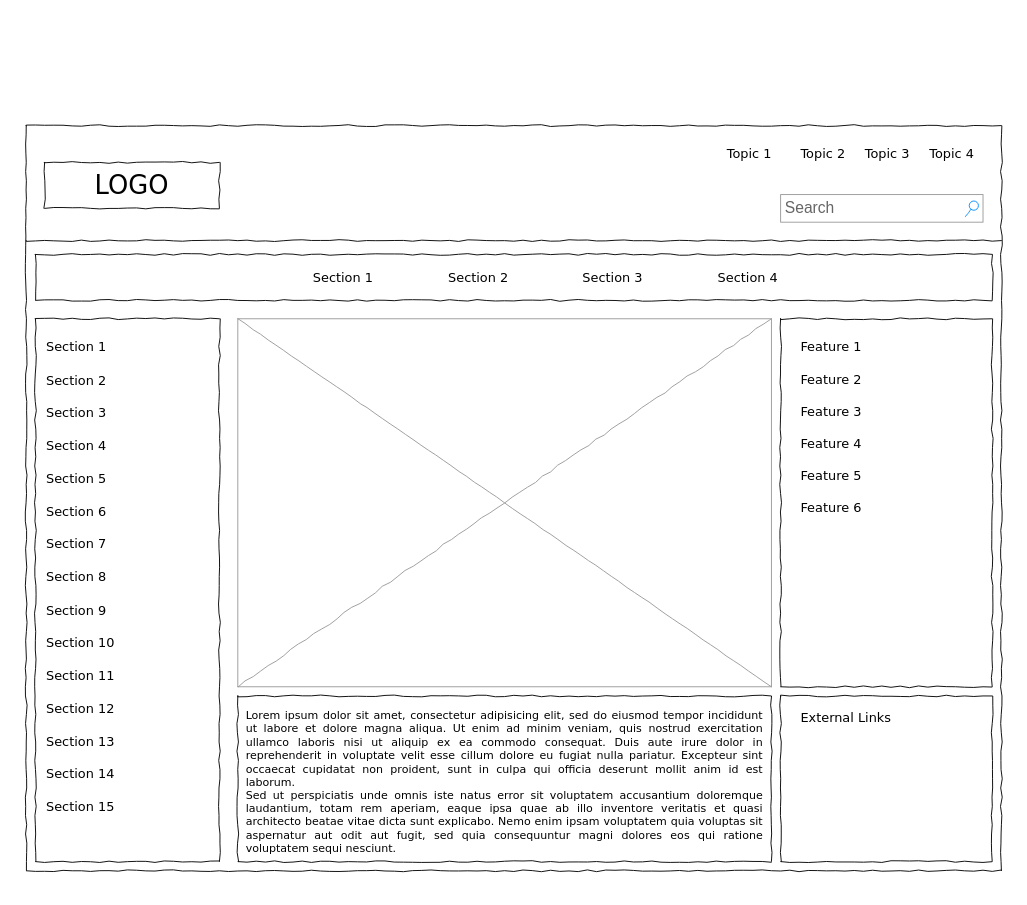
Above: Diagrama Luciano Julia.drawio in Luchoj52/Wireframe (draw.io), before the change. Source tidied: cells renumbered, new cells numbered last; positions are measured from the earlier drawing's top-left corner, leaving out a move shared by most shapes. Both pictures are drawn from the tidied source at 92%, with x=0, y=0 at pixel (26, 125).
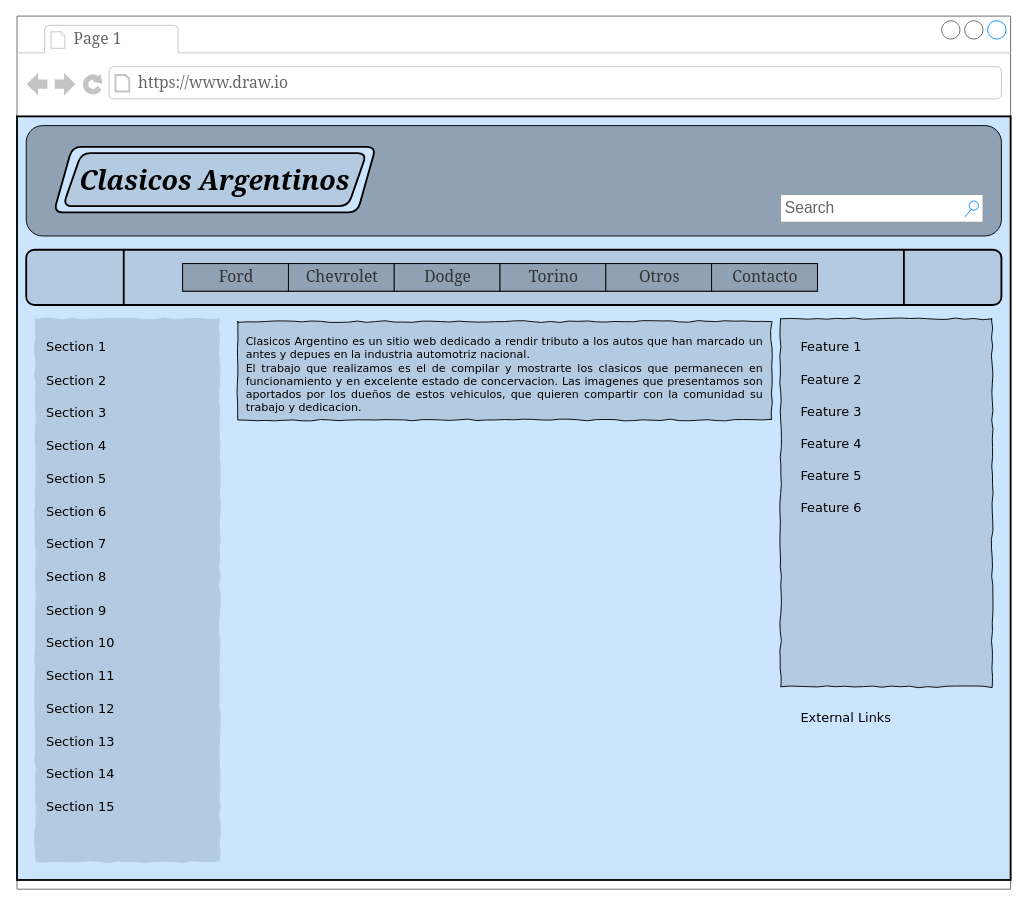
After the change.

Diff of the diagram source:
```diff
@@
-    <mxCell id="2" style="whiteSpace=wrap;html=1;rounded=0;shadow=0;labelBackgroundColor=none;strokeColor=#000000;strokeWidth=1;fillColor=none;fontFamily=Verdana;fontSize=12;fontColor=#000000;align=center;comic=1;" parent="1" vertex="1">
-      <mxGeometry width="1060" height="810" as="geometry" />
-    </mxCell>
-    <mxCell id="3" value="LOGO" style="whiteSpace=wrap;html=1;rounded=0;shadow=0;labelBackgroundColor=none;strokeWidth=1;fontFamily=Verdana;fontSize=28;align=center;comic=1;" parent="1" vertex="1">
-      <mxGeometry x="20" y="40" width="190" height="50" as="geometry" />
-    </mxCell>
+    <mxCell id="42" style="strokeWidth=1;shadow=0;dashed=0;align=center;html=1;shape=mxgraph.mockup.containers.browserWindow;rSize=0;strokeColor=#666666;strokeColor2=#008cff;strokeColor3=#c4c4c4;mainText=,;rounded=1;fillStyle=solid;fontFamily=Georgia;fontSize=26;fontColor=#99CCFF;fillColor=none;" parent="1" vertex="1">
+      <mxGeometry x="-10" y="-119" width="1080" height="949" as="geometry" />
+    </mxCell>
+    <mxCell id="43" value="Page 1" style="strokeWidth=1;shadow=0;dashed=0;align=center;html=1;shape=mxgraph.mockup.containers.anchor;fontSize=17;fontColor=#666666;align=left;rounded=1;fillStyle=solid;strokeColor=#000000;fontFamily=Georgia;fillColor=#1793FF;" parent="42" vertex="1">
+      <mxGeometry x="60" y="12" width="110" height="26" as="geometry" />
+    </mxCell>
+    <mxCell id="44" value="https://www.draw.io" style="strokeWidth=1;shadow=0;dashed=0;align=center;html=1;shape=mxgraph.mockup.containers.anchor;rSize=0;fontSize=17;fontColor=#666666;align=left;rounded=1;fillStyle=solid;strokeColor=#000000;fontFamily=Georgia;fillColor=#1793FF;" parent="42" vertex="1">
+      <mxGeometry x="130" y="60" width="250" height="26" as="geometry" />
+    </mxCell>
+    <mxCell id="45" style="rounded=0;whiteSpace=wrap;html=1;shadow=0;fillStyle=solid;strokeColor=#000000;strokeWidth=2;fontFamily=Georgia;fontSize=26;fontColor=#99CCFF;fillColor=#CCE5FF;" parent="1" vertex="1">
+      <mxGeometry x="-10" y="-10" width="1080" height="830" as="geometry" />
+    </mxCell>
+    <mxCell id="46" style="shape=process;whiteSpace=wrap;html=1;backgroundOutline=1;rounded=1;shadow=0;fillStyle=solid;strokeColor=#000000;strokeWidth=2;fontFamily=Georgia;fontSize=26;fontColor=#99CCFF;fillColor=#B4CAE0;" parent="1" vertex="1">
+      <mxGeometry y="135" width="1060" height="60" as="geometry" />
+    </mxCell>
+    <mxCell id="47" style="rounded=1;whiteSpace=wrap;html=1;fillColor=#8FA1B3;" parent="1" vertex="1">
+      <mxGeometry width="1060" height="120" as="geometry" />
+    </mxCell>
@@
-    <mxCell id="5" value="Topic 1" style="text;html=1;align=left;verticalAlign=top;spacingTop=-4;fontSize=14;fontFamily=Verdana;" parent="1" vertex="1">
-      <mxGeometry x="760" y="20" width="60" height="20" as="geometry" />
-    </mxCell>
-    <mxCell id="6" value="Topic 2" style="text;html=1;align=left;verticalAlign=top;spacingTop=-4;fontSize=14;fontFamily=Verdana;" parent="1" vertex="1">
-      <mxGeometry x="840" y="20" width="60" height="20" as="geometry" />
-    </mxCell>
-    <mxCell id="7" value="Topic 3" style="text;html=1;align=left;verticalAlign=top;spacingTop=-4;fontSize=14;fontFamily=Verdana;" parent="1" vertex="1">
-      <mxGeometry x="910" y="20" width="60" height="20" as="geometry" />
-    </mxCell>
-    <mxCell id="8" value="Topic 4" style="text;html=1;align=left;verticalAlign=top;spacingTop=-4;fontSize=14;fontFamily=Verdana;" parent="1" vertex="1">
-      <mxGeometry x="980" y="20" width="60" height="20" as="geometry" />
-    </mxCell>
-    <mxCell id="9" style="whiteSpace=wrap;html=1;rounded=0;shadow=0;labelBackgroundColor=none;strokeWidth=1;fillColor=none;fontFamily=Verdana;fontSize=12;align=center;comic=1;" parent="1" vertex="1">
+    <mxCell id="9" style="whiteSpace=wrap;html=1;rounded=0;shadow=0;labelBackgroundColor=none;strokeWidth=1;fillColor=#B4CAE0;fontFamily=Verdana;fontSize=12;align=center;comic=1;strokeColor=#B4CAE0;" parent="1" vertex="1">
       <mxGeometry x="10" y="210" width="200" height="590" as="geometry" />
     </mxCell>
-    <mxCell id="10" style="line;strokeWidth=1;html=1;rounded=0;shadow=0;labelBackgroundColor=none;fillColor=none;fontFamily=Verdana;fontSize=14;fontColor=#000000;align=center;comic=1;" parent="1" vertex="1">
-      <mxGeometry y="120" width="1060" height="10" as="geometry" />
-    </mxCell>
-    <mxCell id="11" style="whiteSpace=wrap;html=1;rounded=0;shadow=0;labelBackgroundColor=none;strokeWidth=1;fillColor=none;fontFamily=Verdana;fontSize=12;align=center;comic=1;" parent="1" vertex="1">
-      <mxGeometry x="10" y="140" width="1040" height="50" as="geometry" />
-    </mxCell>
-    <mxCell id="12" value="Section 1" style="text;html=1;align=left;verticalAlign=top;spacingTop=-4;fontSize=14;fontFamily=Verdana;" parent="1" vertex="1">
-      <mxGeometry x="310" y="155" width="60" height="20" as="geometry" />
-    </mxCell>
-    <mxCell id="13" value="Section 2" style="text;html=1;align=left;verticalAlign=top;spacingTop=-4;fontSize=14;fontFamily=Verdana;" parent="1" vertex="1">
-      <mxGeometry x="457" y="155" width="60" height="20" as="geometry" />
-    </mxCell>
-    <mxCell id="14" value="Section 3" style="text;html=1;align=left;verticalAlign=top;spacingTop=-4;fontSize=14;fontFamily=Verdana;" parent="1" vertex="1">
-      <mxGeometry x="603" y="155" width="60" height="20" as="geometry" />
-    </mxCell>
-    <mxCell id="15" value="Section 4" style="text;html=1;align=left;verticalAlign=top;spacingTop=-4;fontSize=14;fontFamily=Verdana;" parent="1" vertex="1">
-      <mxGeometry x="750" y="155" width="60" height="20" as="geometry" />
-    </mxCell>
-    <mxCell id="16" value="&lt;div style=&quot;text-align: justify&quot;&gt;&lt;span&gt;Lorem ipsum dolor sit amet, consectetur adipisicing elit, sed do eiusmod tempor incididunt ut labore et dolore magna aliqua. Ut enim ad minim veniam, quis nostrud exercitation ullamco laboris nisi ut aliquip ex ea commodo consequat. Duis aute irure dolor in reprehenderit in voluptate velit esse cillum dolore eu fugiat nulla pariatur. Excepteur sint occaecat cupidatat non proident, sunt in culpa qui officia deserunt mollit anim id est laborum.&lt;/span&gt;&lt;/div&gt;&lt;div style=&quot;text-align: justify&quot;&gt;&lt;span&gt;Sed ut perspiciatis unde omnis iste natus error sit voluptatem accusantium doloremque laudantium, totam rem aperiam, eaque ipsa quae ab illo inventore veritatis et quasi architecto beatae vitae dicta sunt explicabo. Nemo enim ipsam voluptatem quia voluptas sit aspernatur aut odit aut fugit, sed quia consequuntur magni dolores eos qui ratione voluptatem sequi nesciunt.&amp;nbsp;&lt;/span&gt;&lt;/div&gt;" style="whiteSpace=wrap;html=1;rounded=0;shadow=0;labelBackgroundColor=none;strokeWidth=1;fillColor=none;fontFamily=Verdana;fontSize=12;align=center;verticalAlign=top;spacing=10;comic=1;" parent="1" vertex="1">
-      <mxGeometry x="230" y="620" width="580" height="180" as="geometry" />
+    <mxCell id="16" value="&lt;div style=&quot;text-align: justify&quot;&gt;Clasicos Argentino es un sitio web dedicado a rendir tributo a los autos que han marcado un antes y depues en la industria automotriz nacional.&amp;nbsp;&lt;/div&gt;&lt;div style=&quot;text-align: justify&quot;&gt;El trabajo que realizamos es el de compilar y mostrarte los clasicos que permanecen en funcionamiento y en excelente estado de concervacion. Las imagenes que presentamos son aportados por los dueños de estos vehiculos, que quieren compartir con la comunidad su trabajo y dedicacion.&lt;/div&gt;" style="whiteSpace=wrap;html=1;rounded=0;shadow=0;labelBackgroundColor=none;strokeWidth=1;fillColor=#B4CAE0;fontFamily=Verdana;fontSize=12;align=center;verticalAlign=top;spacing=10;comic=1;" parent="1" vertex="1">
+      <mxGeometry x="230" y="213" width="580" height="107" as="geometry" />
     </mxCell>
-    <mxCell id="17" style="verticalLabelPosition=bottom;shadow=0;dashed=0;align=center;html=1;verticalAlign=top;strokeWidth=1;shape=mxgraph.mockup.graphics.simpleIcon;strokeColor=#999999;rounded=0;labelBackgroundColor=none;fontFamily=Verdana;fontSize=14;fontColor=#000000;comic=1;" parent="1" vertex="1">
-      <mxGeometry x="230" y="210" width="580" height="400" as="geometry" />
-    </mxCell>
-    <mxCell id="18" style="whiteSpace=wrap;html=1;rounded=0;shadow=0;labelBackgroundColor=none;strokeWidth=1;fillColor=none;fontFamily=Verdana;fontSize=12;align=center;comic=1;" parent="1" vertex="1">
+    <mxCell id="18" style="whiteSpace=wrap;html=1;rounded=0;shadow=0;labelBackgroundColor=none;strokeWidth=1;fillColor=#B4CAE0;fontFamily=Verdana;fontSize=12;align=center;comic=1;" parent="1" vertex="1">
       <mxGeometry x="820" y="210" width="230" height="400" as="geometry" />
     </mxCell>
-    <mxCell id="19" style="whiteSpace=wrap;html=1;rounded=0;shadow=0;labelBackgroundColor=none;strokeWidth=1;fillColor=none;fontFamily=Verdana;fontSize=12;align=center;comic=1;" parent="1" vertex="1">
-      <mxGeometry x="820" y="620" width="230" height="180" as="geometry" />
-    </mxCell>
@@
+    <mxCell id="48" style="shape=parallelogram;perimeter=parallelogramPerimeter;whiteSpace=wrap;html=1;fixedSize=1;rounded=1;shadow=0;fillStyle=solid;strokeColor=#000000;strokeWidth=2;fontFamily=Georgia;fontSize=26;fontColor=#000000;fillColor=#CCE5FF;" parent="1" vertex="1">
+      <mxGeometry x="30" y="23.1" width="350" height="71.2" as="geometry" />
+    </mxCell>
+    <mxCell id="49" style="strokeWidth=1;shadow=0;dashed=0;align=center;html=1;shape=mxgraph.mockup.forms.rrect;rSize=0;strokeColor=#000000;rounded=1;fillStyle=solid;fontFamily=Georgia;fontSize=26;fontColor=#99CCFF;fillColor=#8FA1B3;" parent="1" vertex="1">
+      <mxGeometry x="170" y="150" width="690" height="30" as="geometry" />
+    </mxCell>
+    <mxCell id="50" value="&lt;font color=&quot;#333333&quot;&gt;Ford&lt;/font&gt;" style="strokeColor=inherit;fillColor=inherit;gradientColor=inherit;strokeWidth=1;shadow=0;dashed=0;align=center;html=1;shape=mxgraph.mockup.forms.rrect;rSize=0;fontSize=17;fontColor=#666666;rounded=1;fillStyle=solid;fontFamily=Georgia;" parent="49" vertex="1">
+      <mxGeometry width="115" height="30" as="geometry" />
+    </mxCell>
+    <mxCell id="51" value="&lt;font color=&quot;#333333&quot;&gt;Chevrolet&lt;/font&gt;" style="strokeColor=inherit;fillColor=inherit;gradientColor=inherit;strokeWidth=1;shadow=0;dashed=0;align=center;html=1;shape=mxgraph.mockup.forms.rrect;rSize=0;fontSize=17;fontColor=#666666;rounded=1;fillStyle=solid;fontFamily=Georgia;" parent="49" vertex="1">
+      <mxGeometry x="115" width="115" height="30" as="geometry" />
+    </mxCell>
+    <mxCell id="52" value="&lt;font color=&quot;#333333&quot;&gt;Dodge&lt;/font&gt;" style="strokeColor=inherit;fillColor=inherit;gradientColor=inherit;strokeWidth=1;shadow=0;dashed=0;align=center;html=1;shape=mxgraph.mockup.forms.rrect;rSize=0;fontSize=17;fontColor=#666666;rounded=1;fillStyle=solid;fontFamily=Georgia;" parent="49" vertex="1">
+      <mxGeometry x="230" width="115" height="30" as="geometry" />
+    </mxCell>
+    <mxCell id="53" value="&lt;font color=&quot;#333333&quot;&gt;Torino&lt;/font&gt;" style="strokeColor=inherit;fillColor=inherit;gradientColor=inherit;strokeWidth=1;shadow=0;dashed=0;align=center;html=1;shape=mxgraph.mockup.forms.rrect;rSize=0;fontSize=17;fontColor=#666666;rounded=1;fillStyle=solid;fontFamily=Georgia;" parent="49" vertex="1">
+      <mxGeometry x="345" width="115" height="30" as="geometry" />
+    </mxCell>
+    <mxCell id="54" value="&lt;font color=&quot;#333333&quot;&gt;Otros&lt;/font&gt;" style="strokeColor=inherit;fillColor=inherit;gradientColor=inherit;strokeWidth=1;shadow=0;dashed=0;align=center;html=1;shape=mxgraph.mockup.forms.rrect;rSize=0;fontSize=17;fontColor=#666666;rounded=1;fillStyle=solid;fontFamily=Georgia;" parent="49" vertex="1">
+      <mxGeometry x="460" width="115" height="30" as="geometry" />
+    </mxCell>
+    <mxCell id="55" value="&lt;font color=&quot;#333333&quot;&gt;Contacto&lt;/font&gt;" style="strokeColor=inherit;fillColor=inherit;gradientColor=inherit;strokeWidth=1;shadow=0;dashed=0;align=center;html=1;shape=mxgraph.mockup.forms.rrect;rSize=0;fontSize=17;fontColor=#666666;rounded=1;fillStyle=solid;fontFamily=Georgia;" parent="49" vertex="1">
+      <mxGeometry x="575" width="115" height="30" as="geometry" />
+    </mxCell>
+    <mxCell id="56" value="&lt;b&gt;&lt;font face=&quot;Georgia&quot; size=&quot;1&quot; style=&quot;&quot;&gt;&lt;i style=&quot;font-size: 29px;&quot;&gt;Clasicos Argentinos&lt;/i&gt;&lt;/font&gt;&lt;/b&gt;" style="shape=parallelogram;perimeter=parallelogramPerimeter;whiteSpace=wrap;html=1;fixedSize=1;shadow=0;strokeColor=#000000;strokeWidth=2;fontFamily=Verdana;fillStyle=solid;fillColor=#B4CAE0;rounded=1;" parent="1" vertex="1">
+      <mxGeometry x="40" y="30" width="330" height="57.5" as="geometry" />
+    </mxCell>
```
